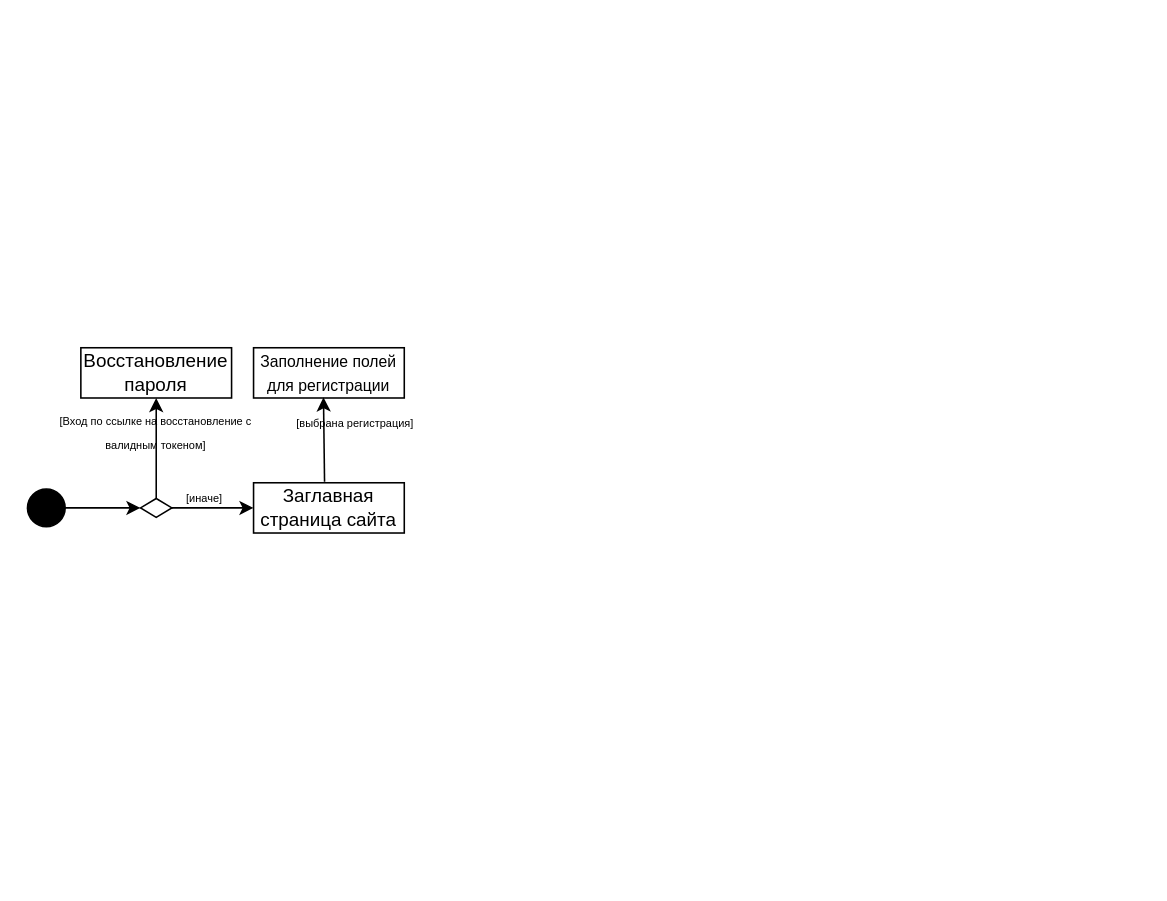
This is activity diagrams/DB_scheme.drawio from AlDente-Noo/Freelancer-SPM, a draw.io file, before an edit. Source tidied: cells renumbered, new cells numbered last; positions are measured from the earlier drawing's top-left corner, leaving out a move shared by most shapes. Both pictures are drawn from the tidied source at 157%, with x=0, y=0 at pixel (27, 347).
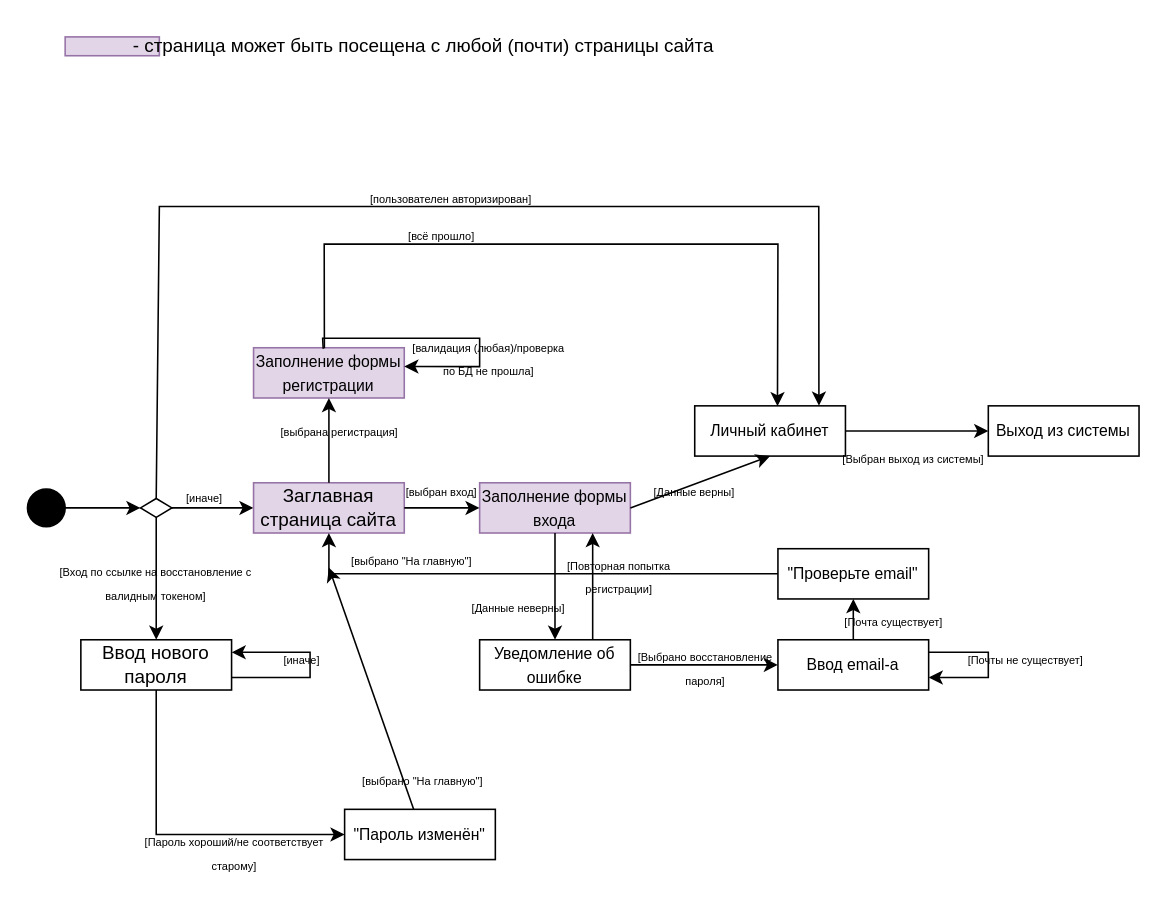
The same diagram, later.

The change refers to these unchanged cells:
```xml
<mxCell id="4" style="rhombus;whiteSpace=wrap;html=1;" parent="1" vertex="1">
  <mxGeometry x="72" y="96" width="20" height="12" as="geometry" />
</mxCell>
```

Diff of the diagram source:
```diff
@@
-    <mxCell id="5" value="Восстановление пароля" style="rounded=0;whiteSpace=wrap;html=1;" parent="1" vertex="1">
-      <mxGeometry x="34" width="96" height="32" as="geometry" />
+    <mxCell id="5" value="Ввод нового пароля" style="rounded=0;whiteSpace=wrap;html=1;" parent="1" vertex="1">
+      <mxGeometry x="34" y="186" width="96" height="32" as="geometry" />
     </mxCell>
@@
-    <mxCell id="7" value="Заглавная страница сайта" style="rounded=0;whiteSpace=wrap;html=1;" parent="1" vertex="1">
+    <mxCell id="7" value="Заглавная страница сайта" style="rounded=0;whiteSpace=wrap;html=1;fillColor=#e1d5e7;strokeColor=#9673a6;" parent="1" vertex="1">
       <mxGeometry x="144" y="86" width="96" height="32" as="geometry" />
     </mxCell>
-    <mxCell id="8" style="endArrow=classic;html=1;rounded=0;exitX=0.5;exitY=0;exitDx=0;exitDy=0;entryX=0.5;entryY=1;entryDx=0;entryDy=0;" parent="1" edge="1" source="4" target="5">
+    <mxCell id="8" style="endArrow=classic;html=1;rounded=0;exitX=0.5;exitY=1;exitDx=0;exitDy=0;entryX=0.5;entryY=0;entryDx=0;entryDy=0;" parent="1" edge="1" source="4" target="5">
       <mxGeometry relative="1" as="geometry" />
     </mxCell>
     <mxCell id="9" value="&lt;font style=&quot;font-size: 7px;&quot;&gt;[Вход по ссылке на восстановление с валидным токеном]&lt;/font&gt;" style="text;html=1;align=center;verticalAlign=middle;whiteSpace=wrap;rounded=0;" parent="1" vertex="1">
-      <mxGeometry x="18" y="42" width="128" height="22" as="geometry" />
+      <mxGeometry x="18" y="138" width="128" height="22" as="geometry" />
     </mxCell>
@@
-    <mxCell id="11" value="&lt;font style=&quot;font-size: 10px;&quot;&gt;Заполнение полей для регистрации&lt;/font&gt;" style="rounded=0;whiteSpace=wrap;html=1;" parent="1" vertex="1">
+    <mxCell id="11" value="&lt;font style=&quot;font-size: 10px;&quot;&gt;Заполнение формы регистрации&lt;/font&gt;" style="rounded=0;whiteSpace=wrap;html=1;fillColor=#e1d5e7;strokeColor=#9673a6;" parent="1" vertex="1">
       <mxGeometry x="144" width="96" height="32" as="geometry" />
     </mxCell>
+    <mxCell id="13" value="&lt;font style=&quot;font-size: 7px;&quot;&gt;[выбрана регистрация]&lt;/font&gt;" style="text;html=1;align=center;verticalAlign=middle;whiteSpace=wrap;rounded=0;" parent="1" vertex="1">
+      <mxGeometry x="146" y="48" width="106" height="10" as="geometry" />
+    </mxCell>
+    <mxCell id="14" style="endArrow=classic;html=1;rounded=0;exitX=0.462;exitY=0.019;exitDx=0;exitDy=0;entryX=1;entryY=0.372;entryDx=0;entryDy=0;entryPerimeter=0;exitPerimeter=0;" parent="1" edge="1" source="11" target="11">
+      <mxGeometry relative="1" as="geometry">
+        <Array as="points">
+          <mxPoint x="188" y="-6" />
+          <mxPoint x="288" y="-6" />
+          <mxPoint x="288" y="12" />
+        </Array>
+      </mxGeometry>
+    </mxCell>
+    <mxCell id="15" value="&lt;font style=&quot;font-size: 7px;&quot;&gt;[валидация (любая)/проверка по БД не прошла]&lt;/font&gt;" style="text;html=1;align=center;verticalAlign=middle;whiteSpace=wrap;rounded=0;" parent="1" vertex="1">
+      <mxGeometry x="240" width="108" height="12" as="geometry" />
+    </mxCell>
+    <mxCell id="16" value="&lt;font style=&quot;font-size: 10px;&quot;&gt;Личный кабинет&lt;/font&gt;" style="rounded=0;whiteSpace=wrap;html=1;" parent="1" vertex="1">
+      <mxGeometry x="425" y="37" width="96" height="32" as="geometry" />
+    </mxCell>
+    <mxCell id="17" style="endArrow=classic;html=1;rounded=0;exitX=0.47;exitY=0.008;exitDx=0;exitDy=0;exitPerimeter=0;entryX=0.549;entryY=0.008;entryDx=0;entryDy=0;entryPerimeter=0;" parent="1" edge="1" source="11" target="16">
+      <mxGeometry relative="1" as="geometry">
+        <Array as="points">
+          <mxPoint x="189" y="-66" />
+          <mxPoint x="478" y="-66" />
+        </Array>
+      </mxGeometry>
+    </mxCell>
+    <mxCell id="18" value="&lt;font style=&quot;font-size: 7px;&quot;&gt;[всё прошло]&lt;/font&gt;" style="text;html=1;align=center;verticalAlign=middle;whiteSpace=wrap;rounded=0;" parent="1" vertex="1">
+      <mxGeometry x="216" y="-78" width="96" height="12" as="geometry" />
+    </mxCell>
+    <mxCell id="19" value="&lt;span style=&quot;font-size: 10px;&quot;&gt;Заполнение формы входа&lt;/span&gt;" style="rounded=0;whiteSpace=wrap;html=1;fillColor=#e1d5e7;strokeColor=#9673a6;" parent="1" vertex="1">
+      <mxGeometry x="288" y="86" width="96" height="32" as="geometry" />
+    </mxCell>
+    <mxCell id="20" value="&lt;font style=&quot;font-size: 7px;&quot;&gt;[выбран вход]&lt;/font&gt;" style="text;html=1;align=center;verticalAlign=middle;whiteSpace=wrap;rounded=0;" parent="1" vertex="1">
+      <mxGeometry x="211" y="86" width="106" height="10" as="geometry" />
+    </mxCell>
+    <mxCell id="21" value="&lt;font style=&quot;font-size: 7px;&quot;&gt;[Данные верны]&lt;/font&gt;" style="text;html=1;align=center;verticalAlign=middle;whiteSpace=wrap;rounded=0;" parent="1" vertex="1">
+      <mxGeometry x="372" y="86" width="106" height="10" as="geometry" />
+    </mxCell>
+    <mxCell id="22" style="endArrow=classic;html=1;rounded=0;exitX=1;exitY=0.5;exitDx=0;exitDy=0;entryX=0.5;entryY=1;entryDx=0;entryDy=0;" parent="1" edge="1" source="19" target="16">
+      <mxGeometry relative="1" as="geometry" />
+    </mxCell>
+    <mxCell id="23" value="&lt;span style=&quot;font-size: 10px;&quot;&gt;Уведомление об ошибке&lt;/span&gt;" style="rounded=0;whiteSpace=wrap;html=1;" parent="1" vertex="1">
+      <mxGeometry x="288" y="186" width="96" height="32" as="geometry" />
+    </mxCell>
+    <mxCell id="24" style="endArrow=classic;html=1;rounded=0;exitX=0.5;exitY=1;exitDx=0;exitDy=0;entryX=0.5;entryY=0;entryDx=0;entryDy=0;" parent="1" edge="1" source="19" target="23">
+      <mxGeometry relative="1" as="geometry" />
+    </mxCell>
+    <mxCell id="25" style="endArrow=classic;html=1;rounded=0;exitX=1;exitY=0.5;exitDx=0;exitDy=0;entryX=0;entryY=0.5;entryDx=0;entryDy=0;" parent="1" edge="1" source="7" target="19">
+      <mxGeometry relative="1" as="geometry" />
+    </mxCell>
-    <mxCell id="12" style="endArrow=classic;html=1;rounded=0;exitX=0.471;exitY=-0.022;exitDx=0;exitDy=0;entryX=0.464;entryY=0.986;entryDx=0;entryDy=0;entryPerimeter=0;exitPerimeter=0;" parent="1" edge="1" source="7" target="11">
+    <mxCell id="12" style="endArrow=classic;html=1;rounded=0;exitX=0.5;exitY=0;exitDx=0;exitDy=0;entryX=0.5;entryY=1;entryDx=0;entryDy=0;" parent="1" edge="1" source="7" target="11">
       <mxGeometry relative="1" as="geometry" />
     </mxCell>
-    <mxCell id="13" value="&lt;font style=&quot;font-size: 7px;&quot;&gt;[выбрана регистрация]&lt;/font&gt;" style="text;html=1;align=center;verticalAlign=middle;whiteSpace=wrap;rounded=0;" parent="1" vertex="1">
-      <mxGeometry x="156" y="42" width="106" height="10" as="geometry" />
-    </mxCell>
+    <mxCell id="26" style="endArrow=classic;html=1;rounded=0;exitX=0.75;exitY=0;exitDx=0;exitDy=0;entryX=0.75;entryY=1;entryDx=0;entryDy=0;" parent="1" edge="1" source="23" target="19">
+      <mxGeometry relative="1" as="geometry" />
+    </mxCell>
+    <mxCell id="27" value="&lt;font style=&quot;font-size: 7px;&quot;&gt;[Данные неверны]&lt;/font&gt;" style="text;html=1;align=center;verticalAlign=middle;whiteSpace=wrap;rounded=0;" parent="1" vertex="1">
+      <mxGeometry x="278" y="160" width="70" height="10" as="geometry" />
+    </mxCell>
+    <mxCell id="28" value="&lt;font style=&quot;font-size: 7px;&quot;&gt;[Повторная попытка регистрации]&lt;/font&gt;" style="text;html=1;align=center;verticalAlign=middle;whiteSpace=wrap;rounded=0;" parent="1" vertex="1">
+      <mxGeometry x="335" y="140" width="84" height="10" as="geometry" />
+    </mxCell>
+    <mxCell id="29" style="endArrow=classic;html=1;rounded=0;exitX=1;exitY=0.5;exitDx=0;exitDy=0;entryX=0;entryY=0.5;entryDx=0;entryDy=0;" parent="1" edge="1" source="23" target="31">
+      <mxGeometry relative="1" as="geometry" />
+    </mxCell>
+    <mxCell id="30" value="&lt;font style=&quot;font-size: 7px;&quot;&gt;[Выбрано восстановление пароля]&lt;/font&gt;" style="text;html=1;align=center;verticalAlign=middle;whiteSpace=wrap;rounded=0;" parent="1" vertex="1">
+      <mxGeometry x="384" y="202" width="96" as="geometry" />
+    </mxCell>
+    <mxCell id="31" value="&lt;span style=&quot;font-size: 10px;&quot;&gt;Ввод email-а&lt;/span&gt;" style="rounded=0;whiteSpace=wrap;html=1;" parent="1" vertex="1">
+      <mxGeometry x="478" y="186" width="96" height="32" as="geometry" />
+    </mxCell>
+    <mxCell id="32" value="&lt;span style=&quot;font-size: 10px;&quot;&gt;&quot;Проверьте email&quot;&lt;/span&gt;" style="rounded=0;whiteSpace=wrap;html=1;" parent="1" vertex="1">
+      <mxGeometry x="478" y="128" width="96" height="32" as="geometry" />
+    </mxCell>
+    <mxCell id="33" style="endArrow=classic;html=1;rounded=0;exitX=0.5;exitY=0;exitDx=0;exitDy=0;entryX=0.5;entryY=1;entryDx=0;entryDy=0;" parent="1" edge="1" source="31" target="32">
+      <mxGeometry relative="1" as="geometry" />
+    </mxCell>
+    <mxCell id="34" value="&lt;font style=&quot;font-size: 7px;&quot;&gt;[Почта существует]&lt;/font&gt;" style="text;html=1;align=center;verticalAlign=middle;whiteSpace=wrap;rounded=0;" parent="1" vertex="1">
+      <mxGeometry x="504" y="170" width="96" height="8" as="geometry" />
+    </mxCell>
+    <mxCell id="35" value="&lt;font style=&quot;font-size: 7px;&quot;&gt;[Почты не существует]&lt;/font&gt;" style="text;html=1;align=center;verticalAlign=middle;whiteSpace=wrap;rounded=0;" parent="1" vertex="1">
+      <mxGeometry x="588" y="194" width="96" height="8" as="geometry" />
+    </mxCell>
+    <mxCell id="36" style="endArrow=classic;html=1;rounded=0;exitX=0.5;exitY=0;exitDx=0;exitDy=0;entryX=0.824;entryY=-0.004;entryDx=0;entryDy=0;entryPerimeter=0;" parent="1" edge="1" source="4" target="16">
+      <mxGeometry relative="1" as="geometry">
+        <Array as="points">
+          <mxPoint x="84" y="-90" />
+          <mxPoint x="504" y="-90" />
+        </Array>
+      </mxGeometry>
+    </mxCell>
+    <mxCell id="37" value="&lt;font style=&quot;font-size: 7px;&quot;&gt;[пользователен авторизирован]&lt;/font&gt;" style="text;html=1;align=center;verticalAlign=middle;whiteSpace=wrap;rounded=0;" parent="1" vertex="1">
+      <mxGeometry x="216" y="-102" width="108" height="12" as="geometry" />
+    </mxCell>
+    <mxCell id="38" style="endArrow=classic;html=1;rounded=0;exitX=1;exitY=0.25;exitDx=0;exitDy=0;entryX=1;entryY=0.75;entryDx=0;entryDy=0;" parent="1" edge="1" source="31" target="31">
+      <mxGeometry relative="1" as="geometry">
+        <Array as="points">
+          <mxPoint x="612" y="194" />
+          <mxPoint x="612" y="210" />
+        </Array>
+      </mxGeometry>
+    </mxCell>
+    <mxCell id="39" style="endArrow=classic;html=1;rounded=0;exitX=0;exitY=0.5;exitDx=0;exitDy=0;entryX=0.5;entryY=1;entryDx=0;entryDy=0;" parent="1" edge="1" source="32" target="7">
+      <mxGeometry relative="1" as="geometry">
+        <Array as="points">
+          <mxPoint x="192" y="144" />
+        </Array>
+      </mxGeometry>
+    </mxCell>
+    <mxCell id="40" value="&lt;font style=&quot;font-size: 7px;&quot;&gt;[выбрано &quot;На главную&quot;]&lt;/font&gt;" style="text;html=1;align=center;verticalAlign=middle;whiteSpace=wrap;rounded=0;" parent="1" vertex="1">
+      <mxGeometry x="192" y="130" width="106" height="10" as="geometry" />
+    </mxCell>
+    <mxCell id="41" value="&lt;span style=&quot;font-size: 10px;&quot;&gt;&quot;Пароль изменён&quot;&lt;/span&gt;" style="rounded=0;whiteSpace=wrap;html=1;" parent="1" vertex="1">
+      <mxGeometry x="202" y="294" width="96" height="32" as="geometry" />
+    </mxCell>
+    <mxCell id="42" style="endArrow=classic;html=1;rounded=0;exitX=0.5;exitY=1;exitDx=0;exitDy=0;entryX=0;entryY=0.5;entryDx=0;entryDy=0;" parent="1" edge="1" source="5" target="41">
+      <mxGeometry relative="1" as="geometry">
+        <Array as="points">
+          <mxPoint x="82" y="310" />
+        </Array>
+      </mxGeometry>
+    </mxCell>
+    <mxCell id="43" value="&lt;font style=&quot;font-size: 7px;&quot;&gt;[Пароль хороший/не соответствует старому]&lt;/font&gt;" style="text;html=1;align=center;verticalAlign=middle;whiteSpace=wrap;rounded=0;" parent="1" vertex="1">
+      <mxGeometry x="72" y="316" width="120" height="10" as="geometry" />
+    </mxCell>
+    <mxCell id="44" style="endArrow=classic;html=1;rounded=0;exitX=1;exitY=0.75;exitDx=0;exitDy=0;entryX=1;entryY=0.25;entryDx=0;entryDy=0;" parent="1" edge="1" source="5" target="5">
+      <mxGeometry relative="1" as="geometry">
+        <Array as="points">
+          <mxPoint x="180" y="210" />
+          <mxPoint x="180" y="194" />
+        </Array>
+      </mxGeometry>
+    </mxCell>
+    <mxCell id="45" value="&lt;font style=&quot;font-size: 7px;&quot;&gt;[иначе]&lt;/font&gt;" style="text;html=1;align=center;verticalAlign=middle;whiteSpace=wrap;rounded=0;" parent="1" vertex="1">
+      <mxGeometry x="139" y="190" width="72" height="16" as="geometry" />
+    </mxCell>
+    <mxCell id="46" style="rounded=0;whiteSpace=wrap;html=1;fillColor=#e1d5e7;strokeColor=#9673a6;" parent="1" vertex="1">
+      <mxGeometry x="24" y="-198" width="60" height="12" as="geometry" />
+    </mxCell>
+    <mxCell id="47" value="- страница может быть посещена с любой (почти) страницы сайта" style="text;html=1;align=center;verticalAlign=middle;strokeColor=none;fillColor=none;" parent="1" vertex="1">
+      <mxGeometry x="54" y="-204" width="396" height="24" as="geometry" />
+    </mxCell>
+    <mxCell id="48" style="endArrow=classic;html=1;rounded=0;exitX=0.458;exitY=0;exitDx=0;exitDy=0;exitPerimeter=0;entryX=0;entryY=1;entryDx=0;entryDy=0;" parent="1" edge="1" source="41" target="40">
+      <mxGeometry relative="1" as="geometry" />
+    </mxCell>
+    <mxCell id="49" value="&lt;font style=&quot;font-size: 7px;&quot;&gt;[выбрано &quot;На главную&quot;]&lt;/font&gt;" style="text;html=1;align=center;verticalAlign=middle;whiteSpace=wrap;rounded=0;" parent="1" vertex="1">
+      <mxGeometry x="199" y="270" width="106" height="10" as="geometry" />
+    </mxCell>
+    <mxCell id="50" value="&lt;font style=&quot;font-size: 10px;&quot;&gt;Выход из системы&lt;/font&gt;" style="rounded=0;whiteSpace=wrap;html=1;" parent="1" vertex="1">
+      <mxGeometry x="612" y="37" width="96" height="32" as="geometry" />
+    </mxCell>
+    <mxCell id="51" style="endArrow=classic;html=1;rounded=0;exitX=1;exitY=0.5;exitDx=0;exitDy=0;entryX=0;entryY=0.5;entryDx=0;entryDy=0;" parent="1" edge="1" source="16" target="50">
+      <mxGeometry relative="1" as="geometry" />
+    </mxCell>
+    <mxCell id="52" value="&lt;font style=&quot;font-size: 7px;&quot;&gt;[Выбран выход из системы]&lt;/font&gt;" style="text;html=1;align=center;verticalAlign=middle;strokeColor=none;fillColor=none;" parent="1" vertex="1">
+      <mxGeometry x="504" y="58" width="120" height="24" as="geometry" />
+    </mxCell>
```
